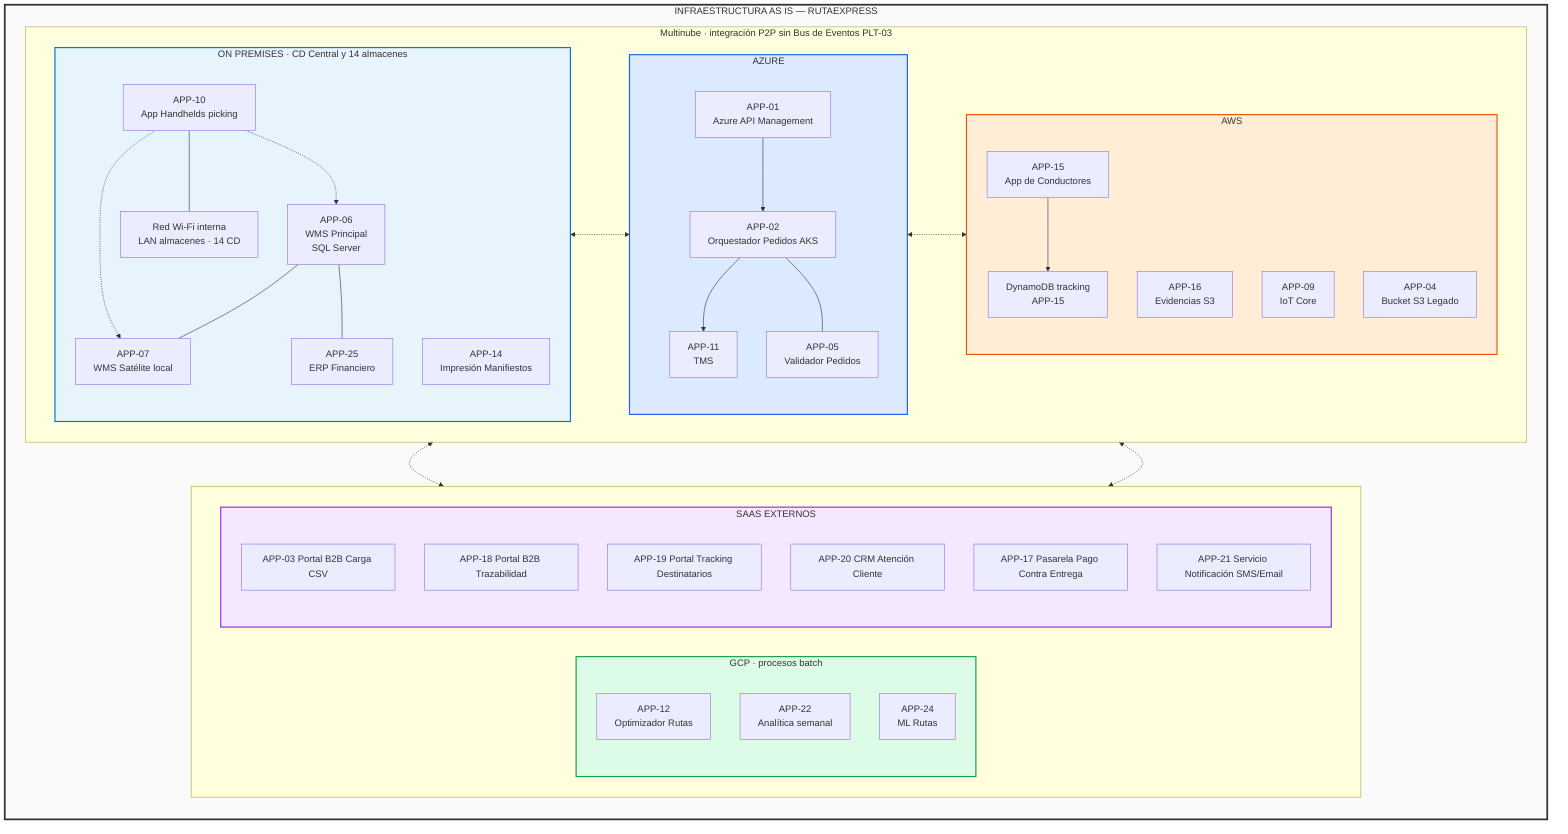
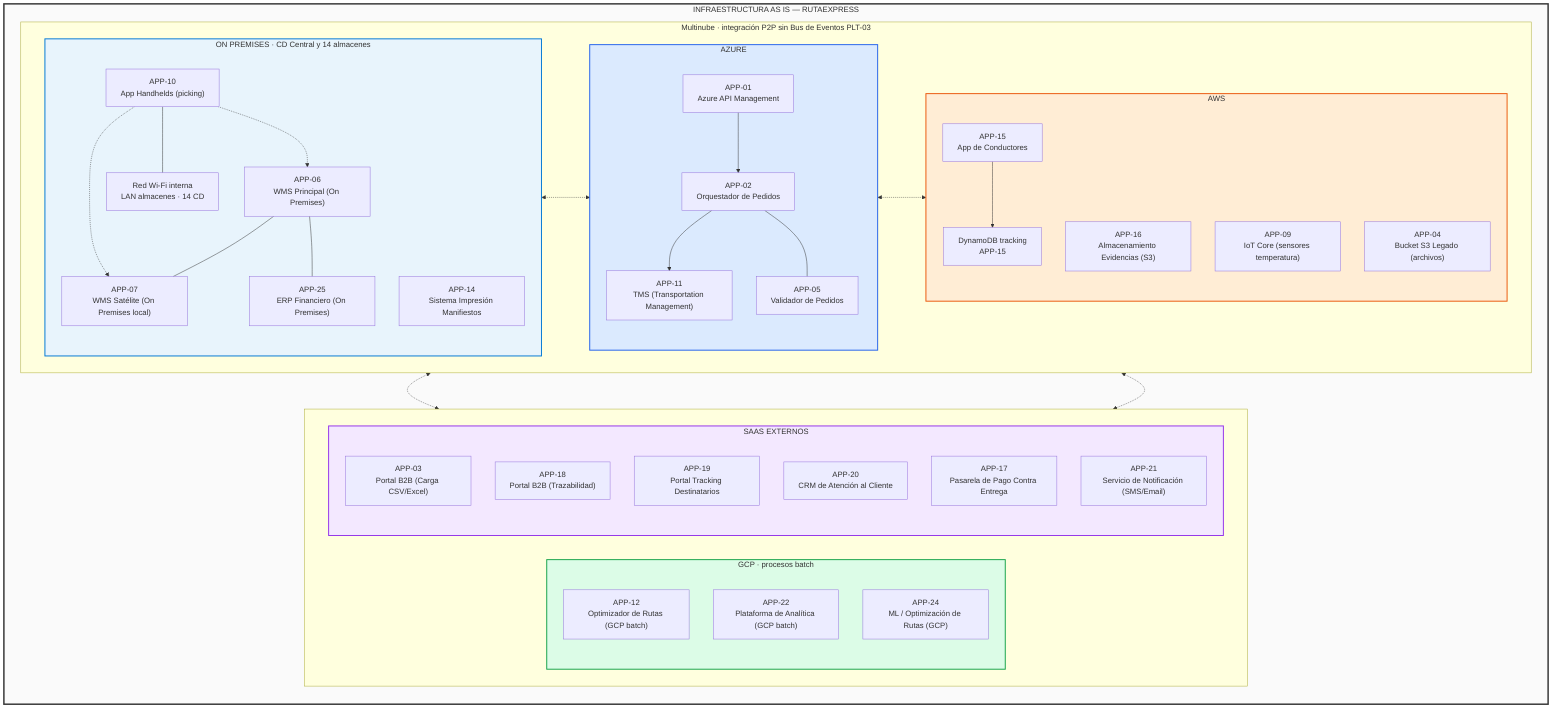
flowchart TB
    subgraph RXP["INFRAESTRUCTURA AS IS — RUTAEXPRESS"]
        direction TB

        subgraph FILA1["Multinube · integración P2P sin Bus de Eventos PLT-03"]
            direction LR

            subgraph PREM["ON PREMISES · CD Central y 14 almacenes"]
                direction TB
-                 p1["APP-06<br/>WMS Principal<br/>SQL Server"]
-                 p2["APP-07<br/>WMS Satélite local"]
-                 p3["APP-25<br/>ERP Financiero"]
-                 p4["APP-14<br/>Impresión Manifiestos"]
-                 p5["APP-10<br/>App Handhelds picking"]
+                 p1["APP-06<br/>WMS Principal (On Premises)"]
+                 p2["APP-07<br/>WMS Satélite (On Premises local)"]
+                 p3["APP-25<br/>ERP Financiero (On Premises)"]
+                 p4["APP-14<br/>Sistema Impresión Manifiestos"]
+                 p5["APP-10<br/>App Handhelds (picking)"]
                p6["Red Wi-Fi interna<br/>LAN almacenes · 14 CD"]
                p1 --- p2
                p1 --- p3
                p5 --- p6
                p5 -.-> p1
                p5 -.-> p2
            end

            subgraph AZURE["AZURE"]
                direction TB
                a1["APP-01<br/>Azure API Management"]
-                 a2["APP-02<br/>Orquestador Pedidos AKS"]
-                 a3["APP-05<br/>Validador Pedidos"]
-                 a4["APP-11<br/>TMS"]
+                 a2["APP-02<br/>Orquestador de Pedidos"]
+                 a3["APP-05<br/>Validador de Pedidos"]
+                 a4["APP-11<br/>TMS (Transportation Management)"]
                a1 --> a2 --> a4
                a2 --- a3
            end

            subgraph AWS["AWS"]
                direction TB
                w1["APP-15<br/>App de Conductores"]
                w2["DynamoDB tracking<br/>APP-15"]
-                 w3["APP-16<br/>Evidencias S3"]
-                 w4["APP-09<br/>IoT Core"]
-                 w5["APP-04<br/>Bucket S3 Legado"]
+                 w3["APP-16<br/>Almacenamiento Evidencias (S3)"]
+                 w4["APP-09<br/>IoT Core (sensores temperatura)"]
+                 w5["APP-04<br/>Bucket S3 Legado (archivos)"]
                w1 --> w2
            end

            PREM <-.-> AZURE
            AZURE <-.-> AWS
        end

        subgraph FILA2[" "]
            direction LR

            subgraph GCP["GCP · procesos batch"]
                direction TB
-                 g1["APP-12<br/>Optimizador Rutas"]
-                 g2["APP-22<br/>Analítica semanal"]
-                 g3["APP-24<br/>ML Rutas"]
+                 g1["APP-12<br/>Optimizador de Rutas (GCP batch)"]
+                 g2["APP-22<br/>Plataforma de Analítica (GCP batch)"]
+                 g3["APP-24<br/>ML / Optimización de Rutas (GCP)"]
            end

            subgraph SAAS["SAAS EXTERNOS"]
                direction TB
-                 s1["APP-03 Portal B2B Carga CSV"]
-                 s2["APP-18 Portal B2B Trazabilidad"]
-                 s3["APP-19 Portal Tracking Destinatarios"]
-                 s4["APP-20 CRM Atención Cliente"]
-                 s5["APP-17 Pasarela Pago Contra Entrega"]
-                 s6["APP-21 Servicio Notificación SMS/Email"]
+                 s1["APP-03<br/>Portal B2B (Carga CSV/Excel)"]
+                 s2["APP-18<br/>Portal B2B (Trazabilidad)"]
+                 s3["APP-19<br/>Portal Tracking Destinatarios"]
+                 s4["APP-20<br/>CRM de Atención al Cliente"]
+                 s5["APP-17<br/>Pasarela de Pago Contra Entrega"]
+                 s6["APP-21<br/>Servicio de Notificación (SMS/Email)"]
            end
        end

        AWS <-.-> GCP
        AZURE <-.-> SAAS
    end

    style RXP fill:#fafafa,stroke:#333333,stroke-width:3px
    style PREM fill:#e8f4fc,stroke:#0078d4,stroke-width:2px
    style AZURE fill:#dbeafe,stroke:#2563eb,stroke-width:2px
    style AWS fill:#ffedd5,stroke:#ea580c,stroke-width:2px
    style GCP fill:#dcfce7,stroke:#16a34a,stroke-width:2px
    style SAAS fill:#f3e8ff,stroke:#9333ea,stroke-width:2px
